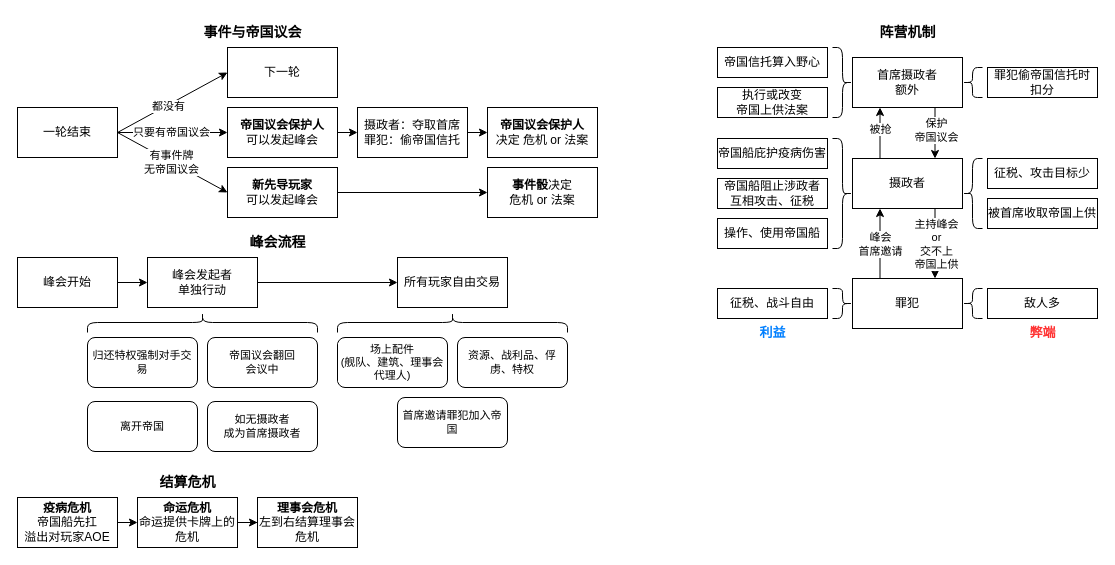
This is Arcs_CC.drawio from Ubinya/project_ax, a draw.io file, before an edit. Source tidied: cells renumbered, new cells numbered last; positions are measured from the earlier drawing's top-left corner, leaving out a move shared by most shapes. Both pictures are drawn from the tidied source at 100%, with x=0, y=0 at pixel (17, 17).
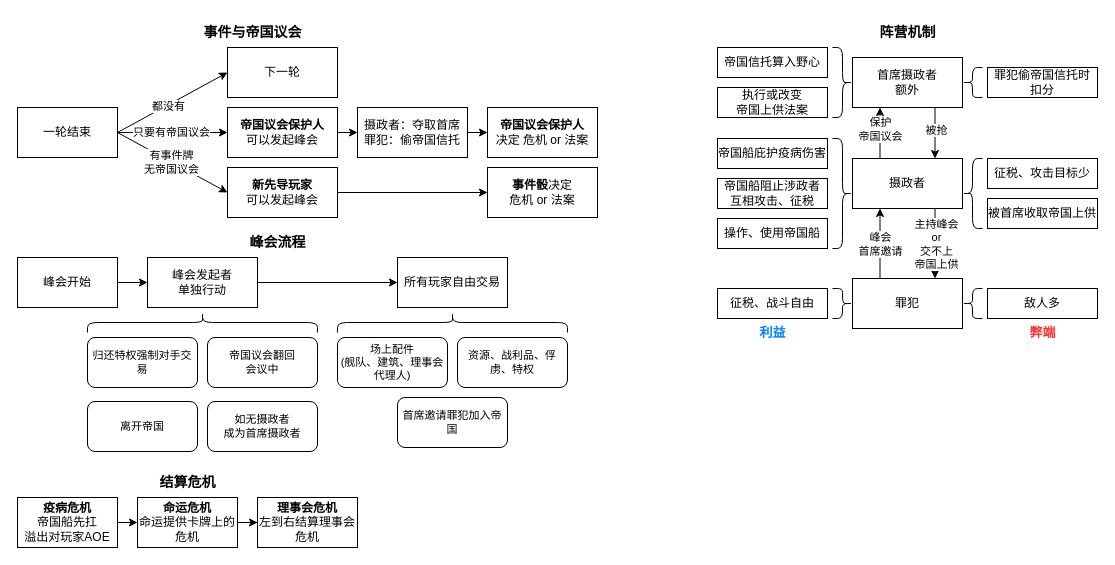
Above is the later version.

The change refers to these unchanged cells:
```xml
<mxCell id="37" style="edgeStyle=orthogonalEdgeStyle;rounded=0;jettySize=auto;html=1;exitX=0.25;exitY=0;exitDx=0;exitDy=0;entryX=0.25;entryY=1;entryDx=0;entryDy=0;" parent="1" edge="1" source="39" target="46">
  <mxGeometry relative="1" as="geometry" />
</mxCell>
<mxCell id="44" style="edgeStyle=orthogonalEdgeStyle;rounded=0;jettySize=auto;html=1;exitX=0.75;exitY=1;exitDx=0;exitDy=0;entryX=0.75;entryY=0;entryDx=0;entryDy=0;" parent="1" edge="1" source="46" target="39">
  <mxGeometry relative="1" as="geometry" />
</mxCell>
```

The edit, as a diff of the source:
```diff
@@
-    <mxCell id="38" value="被抢" style="edgeLabel;html=1;align=center;verticalAlign=middle;" parent="37" vertex="1">
+    <mxCell id="38" value="保护&lt;div&gt;帝国议会&lt;/div&gt;" style="edgeLabel;html=1;align=center;verticalAlign=middle;" parent="37" vertex="1">
       <mxGeometry x="0.17" relative="1" as="geometry" />
     </mxCell>
@@
-    <mxCell id="45" value="保护&lt;div&gt;帝国议会&lt;/div&gt;" style="edgeLabel;html=1;align=center;verticalAlign=middle;" parent="44" vertex="1">
+    <mxCell id="45" value="被抢" style="edgeLabel;html=1;align=center;verticalAlign=middle;" parent="44" vertex="1">
       <mxGeometry x="-0.15" y="1" relative="1" as="geometry" />
     </mxCell>
```
